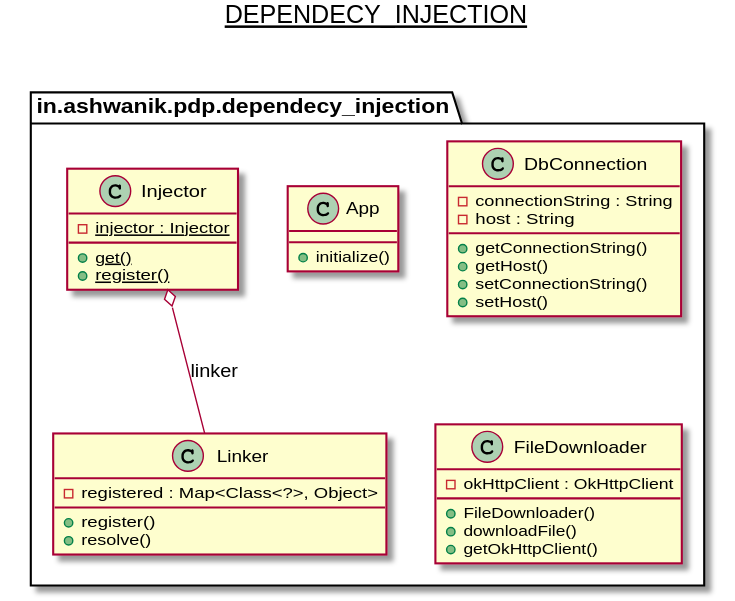
Before: docs/images/dependency_injection.svg, a diagram exported from PlantUML (ashwanikumar04/practical-design-patterns).
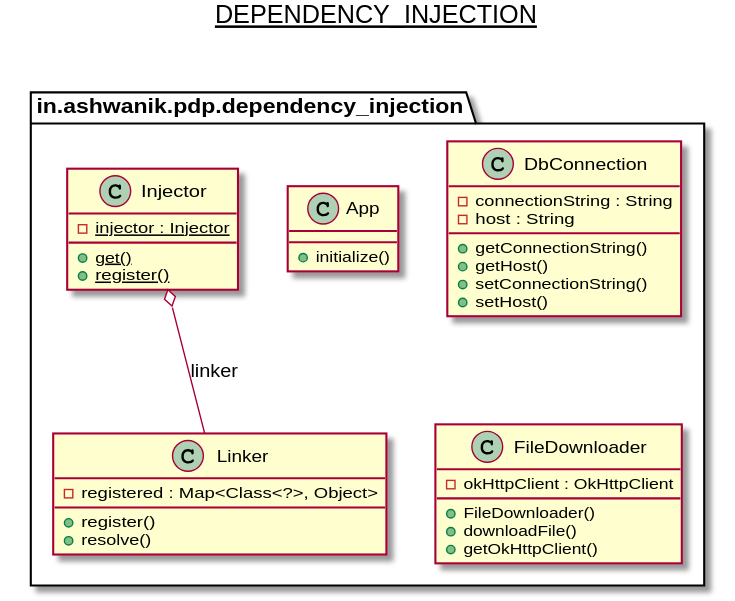
After the change.

Change to the diagram source:
```diff
@@ -1,15 +1,15 @@
 @startuml
-title __DEPENDECY_INJECTION__\n
+title __DEPENDENCY_INJECTION__\n
 
-  namespace in.ashwanik.pdp.dependecy_injection {
-    class in.ashwanik.pdp.dependecy_injection.App {
+  namespace in.ashwanik.pdp.dependency_injection {
+    class in.ashwanik.pdp.dependency_injection.App {
         + initialize()
     }
   }
 
 
-  namespace in.ashwanik.pdp.dependecy_injection {
-    class in.ashwanik.pdp.dependecy_injection.DbConnection {
+  namespace in.ashwanik.pdp.dependency_injection {
+    class in.ashwanik.pdp.dependency_injection.DbConnection {
         - connectionString : String
         - host : String
         + getConnectionString()
@@ -20,8 +20,8 @@
   }
 
 
-  namespace in.ashwanik.pdp.dependecy_injection {
-    class in.ashwanik.pdp.dependecy_injection.FileDownloader {
+  namespace in.ashwanik.pdp.dependency_injection {
+    class in.ashwanik.pdp.dependency_injection.FileDownloader {
         - okHttpClient : OkHttpClient
         + FileDownloader()
         + downloadFile()
@@ -30,8 +30,8 @@
   }
 
 
-  namespace in.ashwanik.pdp.dependecy_injection {
-    class in.ashwanik.pdp.dependecy_injection.Injector {
+  namespace in.ashwanik.pdp.dependency_injection {
+    class in.ashwanik.pdp.dependency_injection.Injector {
         {static} - injector : Injector
         {static} + get()
         {static} + register()
@@ -39,8 +39,8 @@
   }
 
 
-  namespace in.ashwanik.pdp.dependecy_injection {
-    class in.ashwanik.pdp.dependecy_injection.Linker {
+  namespace in.ashwanik.pdp.dependency_injection {
+    class in.ashwanik.pdp.dependency_injection.Linker {
         - registered : Map<Class<?>, Object>
         + register()
         + resolve()
@@ -48,5 +48,5 @@
   }
 
 
-  in.ashwanik.pdp.dependecy_injection.Injector o-- in.ashwanik.pdp.dependecy_injection.Linker : linker
+  in.ashwanik.pdp.dependency_injection.Injector o-- in.ashwanik.pdp.dependency_injection.Linker : linker
 @enduml
```
